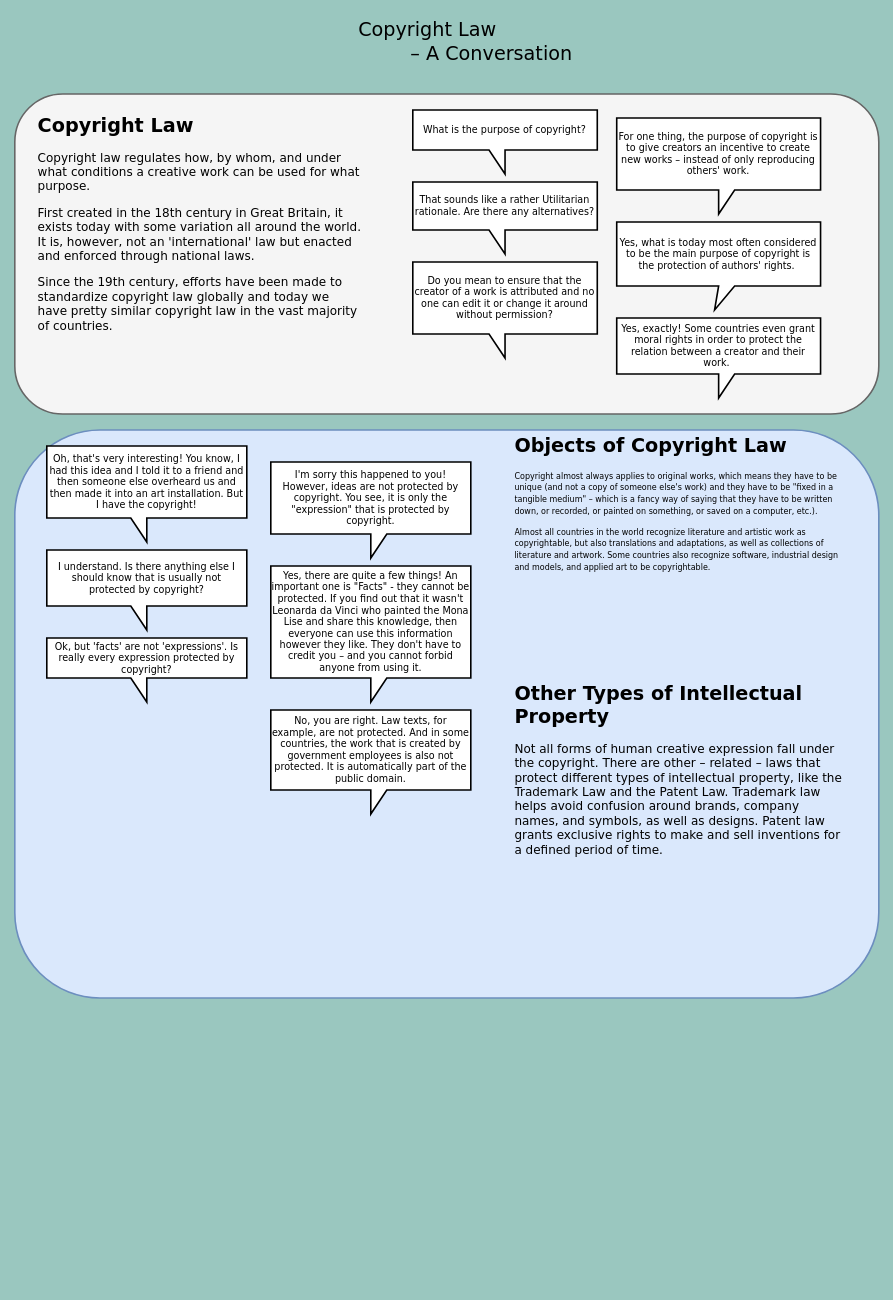
arockenberger/cc-c_coursework keeps this draw.io diagram as copyright_conceptmap.drawio. Above is the earlier version. Source tidied: cells renumbered, new cells numbered last; positions are measured from the earlier drawing's top-left corner, leaving out a move shared by most shapes. Both pictures are drawn from the tidied source at 80%, with x=0, y=0 at pixel (14, 14).
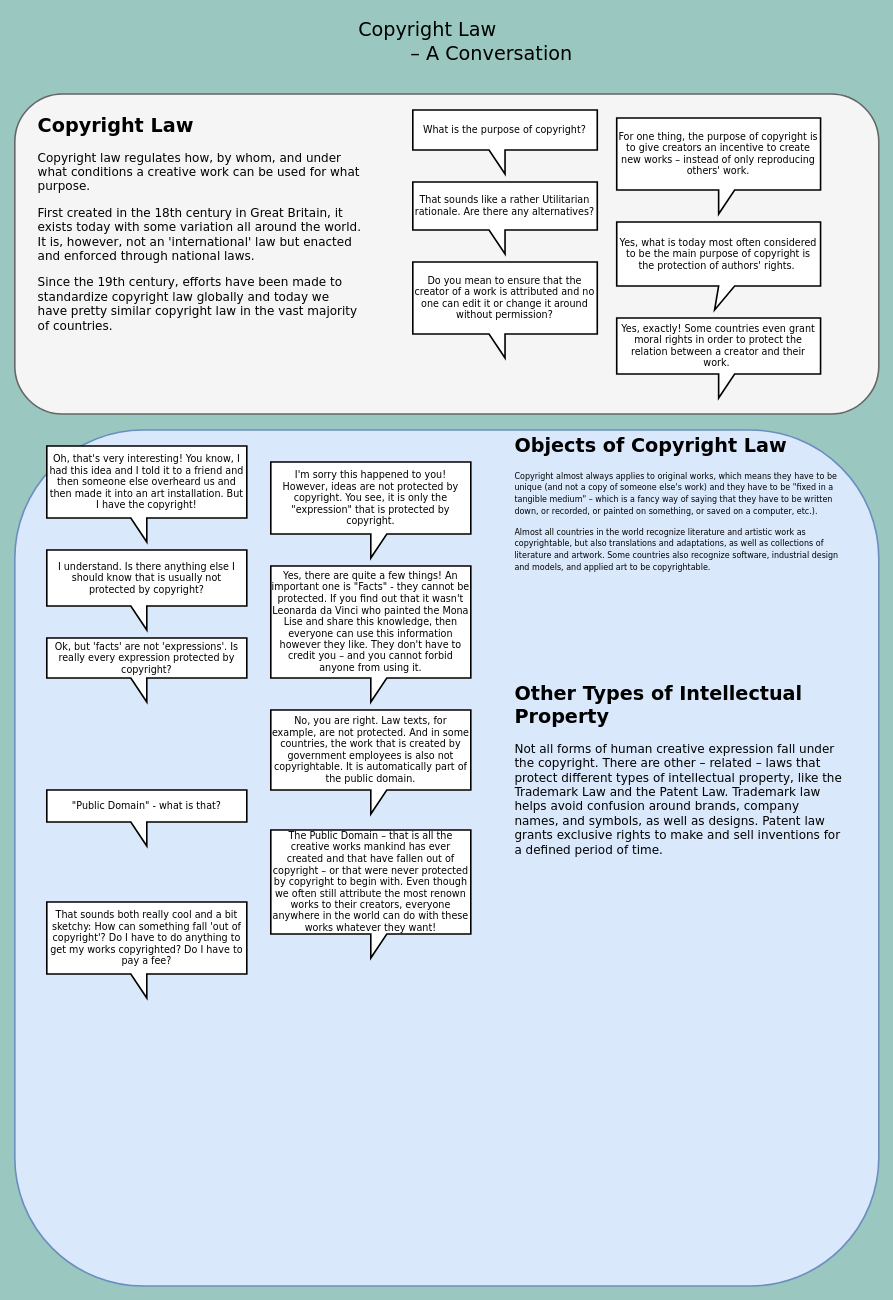
Above is the later version.

Commit message:
Added public domain dialogue

Change to the diagram source:
```diff
@@
     <mxCell id="4" style="rounded=1;whiteSpace=wrap;html=1;strokeWidth=2;fontFamily=Verdana;fontSize=12;fillColor=#dae8fc;strokeColor=#6c8ebf;" parent="1" vertex="1">
-      <mxGeometry y="520" width="1080" height="710" as="geometry" />
+      <mxGeometry y="520" width="1080" height="1070" as="geometry" />
     </mxCell>
@@
-    <mxCell id="20" value="No, you are right. Law texts, for example, are not protected. And in some countries, the work that is created by government employees is also not protected. It is automatically part of the public domain." style="shape=callout;whiteSpace=wrap;html=1;perimeter=calloutPerimeter;strokeWidth=2;fontFamily=Verdana;fontSize=12;" parent="1" vertex="1">
+    <mxCell id="20" value="No, you are right. Law texts, for example, are not protected. And in some countries, the work that is created by government employees is also not copyrightable. It is automatically part of the public domain." style="shape=callout;whiteSpace=wrap;html=1;perimeter=calloutPerimeter;strokeWidth=2;fontFamily=Verdana;fontSize=12;" parent="1" vertex="1">
       <mxGeometry x="320" y="870" width="250" height="130" as="geometry" />
     </mxCell>
@@
+    <mxCell id="22" value="&quot;Public Domain&quot; - what is that?" style="shape=callout;whiteSpace=wrap;html=1;perimeter=calloutPerimeter;strokeWidth=2;fontFamily=Verdana;fontSize=12;flipH=1;" parent="1" vertex="1">
+      <mxGeometry x="40" y="970" width="250" height="70" as="geometry" />
+    </mxCell>
+    <mxCell id="23" value="The Public Domain – that is all the creative works mankind has ever created and that have fallen out of copyright – or that were never protected by copyright to begin with. Even though we often still attribute the most renown works to their creators, everyone anywhere in the world can do with these works whatever they want!" style="shape=callout;whiteSpace=wrap;html=1;perimeter=calloutPerimeter;strokeWidth=2;fontFamily=Verdana;fontSize=12;" parent="1" vertex="1">
+      <mxGeometry x="320" y="1020" width="250" height="160" as="geometry" />
+    </mxCell>
+    <mxCell id="24" value="That sounds both really cool and a bit sketchy: How can something fall 'out of copyright'? Do I have to do anything to get my works copyrighted? Do I have to pay a fee?" style="shape=callout;whiteSpace=wrap;html=1;perimeter=calloutPerimeter;strokeWidth=2;fontFamily=Verdana;fontSize=12;flipH=1;" parent="1" vertex="1">
+      <mxGeometry x="40" y="1110" width="250" height="120" as="geometry" />
+    </mxCell>
```
